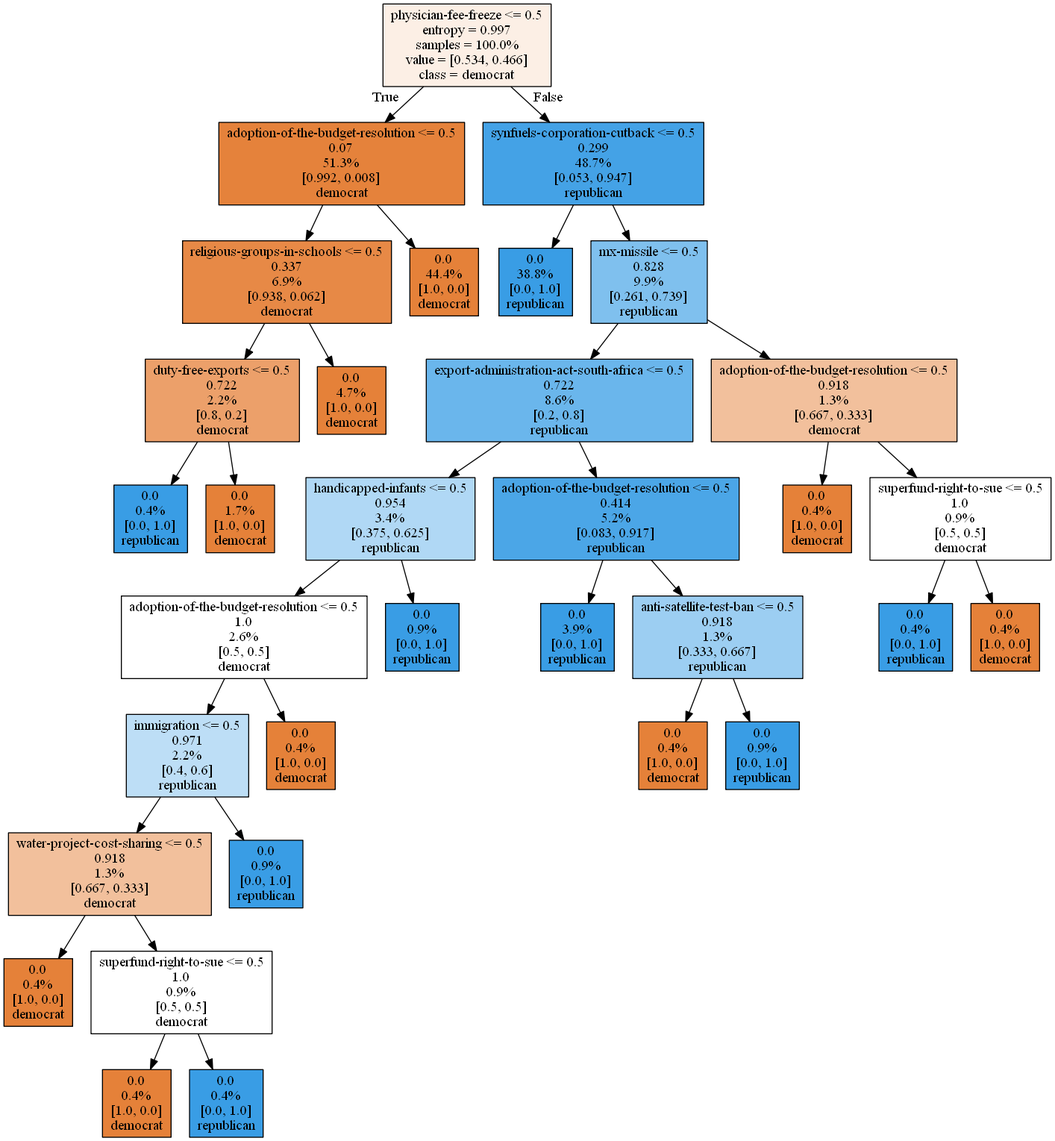
This is Source.gv.png from tranduckhoatcu/Data-Mining-Assignment, a Graphviz export, as it was before one commit. Its source is kept beside it as Source.gv.
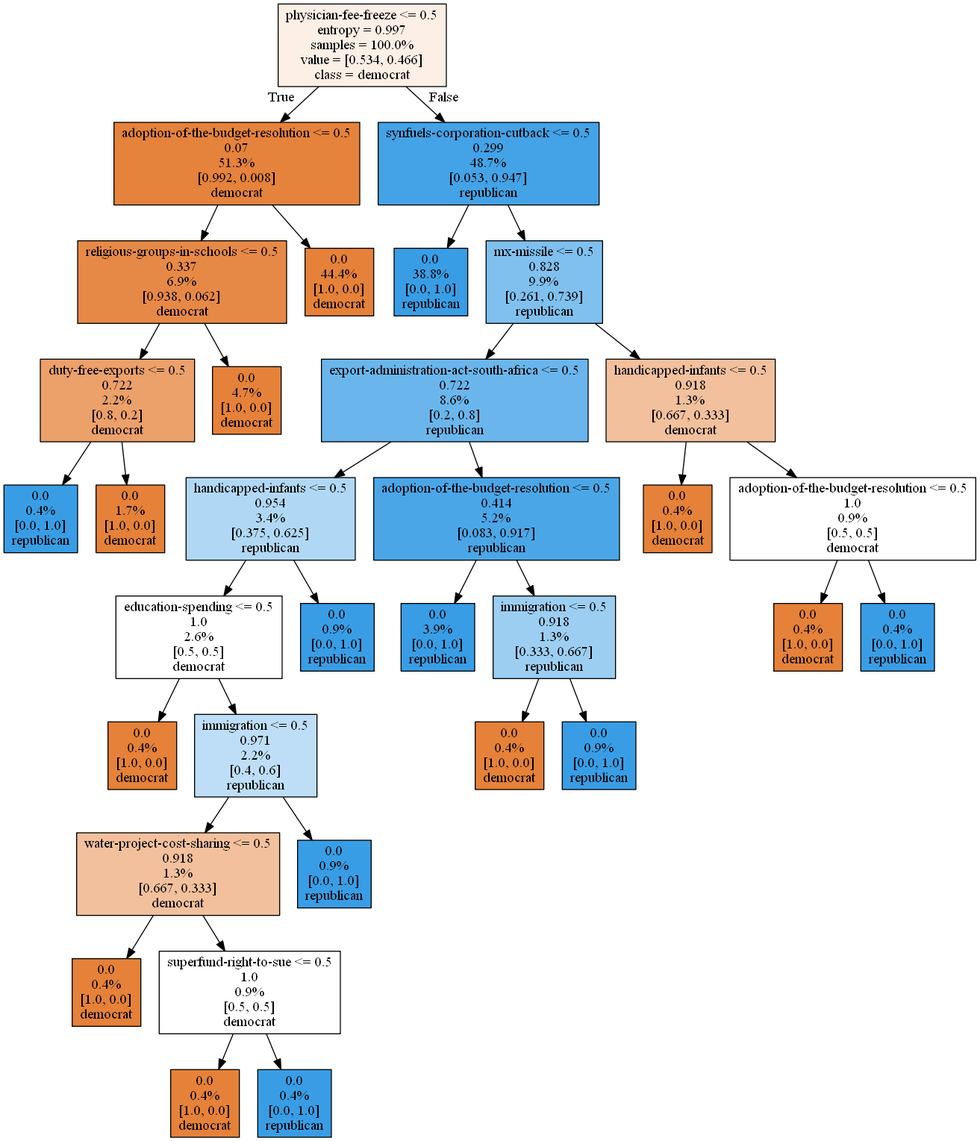
Above is the later version.

What changed in the source:
```diff
@@ -25,44 +25,44 @@
 10 -> 11 ;
 12 [label="handicapped-infants <= 0.5\n0.954\n3.4%\n[0.375, 0.625]\nrepublican", fillcolor="#b0d8f5"] ;
 11 -> 12 ;
-13 [label="adoption-of-the-budget-resolution <= 0.5\n1.0\n2.6%\n[0.5, 0.5]\ndemocrat", fillcolor="#ffffff"] ;
+13 [label="education-spending <= 0.5\n1.0\n2.6%\n[0.5, 0.5]\ndemocrat", fillcolor="#ffffff"] ;
 12 -> 13 ;
-14 [label="immigration <= 0.5\n0.971\n2.2%\n[0.4, 0.6]\nrepublican", fillcolor="#bddef6"] ;
+14 [label="0.0\n0.4%\n[1.0, 0.0]\ndemocrat", fillcolor="#e58139"] ;
 13 -> 14 ;
-15 [label="water-project-cost-sharing <= 0.5\n0.918\n1.3%\n[0.667, 0.333]\ndemocrat", fillcolor="#f2c09c"] ;
-14 -> 15 ;
-16 [label="0.0\n0.4%\n[1.0, 0.0]\ndemocrat", fillcolor="#e58139"] ;
+15 [label="immigration <= 0.5\n0.971\n2.2%\n[0.4, 0.6]\nrepublican", fillcolor="#bddef6"] ;
+13 -> 15 ;
+16 [label="water-project-cost-sharing <= 0.5\n0.918\n1.3%\n[0.667, 0.333]\ndemocrat", fillcolor="#f2c09c"] ;
 15 -> 16 ;
-17 [label="superfund-right-to-sue <= 0.5\n1.0\n0.9%\n[0.5, 0.5]\ndemocrat", fillcolor="#ffffff"] ;
-15 -> 17 ;
-18 [label="0.0\n0.4%\n[1.0, 0.0]\ndemocrat", fillcolor="#e58139"] ;
-17 -> 18 ;
-19 [label="0.0\n0.4%\n[0.0, 1.0]\nrepublican", fillcolor="#399de5"] ;
-17 -> 19 ;
-20 [label="0.0\n0.9%\n[0.0, 1.0]\nrepublican", fillcolor="#399de5"] ;
-14 -> 20 ;
-21 [label="0.0\n0.4%\n[1.0, 0.0]\ndemocrat", fillcolor="#e58139"] ;
-13 -> 21 ;
+17 [label="0.0\n0.4%\n[1.0, 0.0]\ndemocrat", fillcolor="#e58139"] ;
+16 -> 17 ;
+18 [label="superfund-right-to-sue <= 0.5\n1.0\n0.9%\n[0.5, 0.5]\ndemocrat", fillcolor="#ffffff"] ;
+16 -> 18 ;
+19 [label="0.0\n0.4%\n[1.0, 0.0]\ndemocrat", fillcolor="#e58139"] ;
+18 -> 19 ;
+20 [label="0.0\n0.4%\n[0.0, 1.0]\nrepublican", fillcolor="#399de5"] ;
+18 -> 20 ;
+21 [label="0.0\n0.9%\n[0.0, 1.0]\nrepublican", fillcolor="#399de5"] ;
+15 -> 21 ;
 22 [label="0.0\n0.9%\n[0.0, 1.0]\nrepublican", fillcolor="#399de5"] ;
 12 -> 22 ;
 23 [label="adoption-of-the-budget-resolution <= 0.5\n0.414\n5.2%\n[0.083, 0.917]\nrepublican", fillcolor="#4ba6e7"] ;
 11 -> 23 ;
 24 [label="0.0\n3.9%\n[0.0, 1.0]\nrepublican", fillcolor="#399de5"] ;
 23 -> 24 ;
-25 [label="anti-satellite-test-ban <= 0.5\n0.918\n1.3%\n[0.333, 0.667]\nrepublican", fillcolor="#9ccef2"] ;
+25 [label="immigration <= 0.5\n0.918\n1.3%\n[0.333, 0.667]\nrepublican", fillcolor="#9ccef2"] ;
 23 -> 25 ;
 26 [label="0.0\n0.4%\n[1.0, 0.0]\ndemocrat", fillcolor="#e58139"] ;
 25 -> 26 ;
 27 [label="0.0\n0.9%\n[0.0, 1.0]\nrepublican", fillcolor="#399de5"] ;
 25 -> 27 ;
-28 [label="adoption-of-the-budget-resolution <= 0.5\n0.918\n1.3%\n[0.667, 0.333]\ndemocrat", fillcolor="#f2c09c"] ;
+28 [label="handicapped-infants <= 0.5\n0.918\n1.3%\n[0.667, 0.333]\ndemocrat", fillcolor="#f2c09c"] ;
 10 -> 28 ;
 29 [label="0.0\n0.4%\n[1.0, 0.0]\ndemocrat", fillcolor="#e58139"] ;
 28 -> 29 ;
-30 [label="superfund-right-to-sue <= 0.5\n1.0\n0.9%\n[0.5, 0.5]\ndemocrat", fillcolor="#ffffff"] ;
+30 [label="adoption-of-the-budget-resolution <= 0.5\n1.0\n0.9%\n[0.5, 0.5]\ndemocrat", fillcolor="#ffffff"] ;
 28 -> 30 ;
-31 [label="0.0\n0.4%\n[0.0, 1.0]\nrepublican", fillcolor="#399de5"] ;
+31 [label="0.0\n0.4%\n[1.0, 0.0]\ndemocrat", fillcolor="#e58139"] ;
 30 -> 31 ;
-32 [label="0.0\n0.4%\n[1.0, 0.0]\ndemocrat", fillcolor="#e58139"] ;
+32 [label="0.0\n0.4%\n[0.0, 1.0]\nrepublican", fillcolor="#399de5"] ;
 30 -> 32 ;
 }
```
